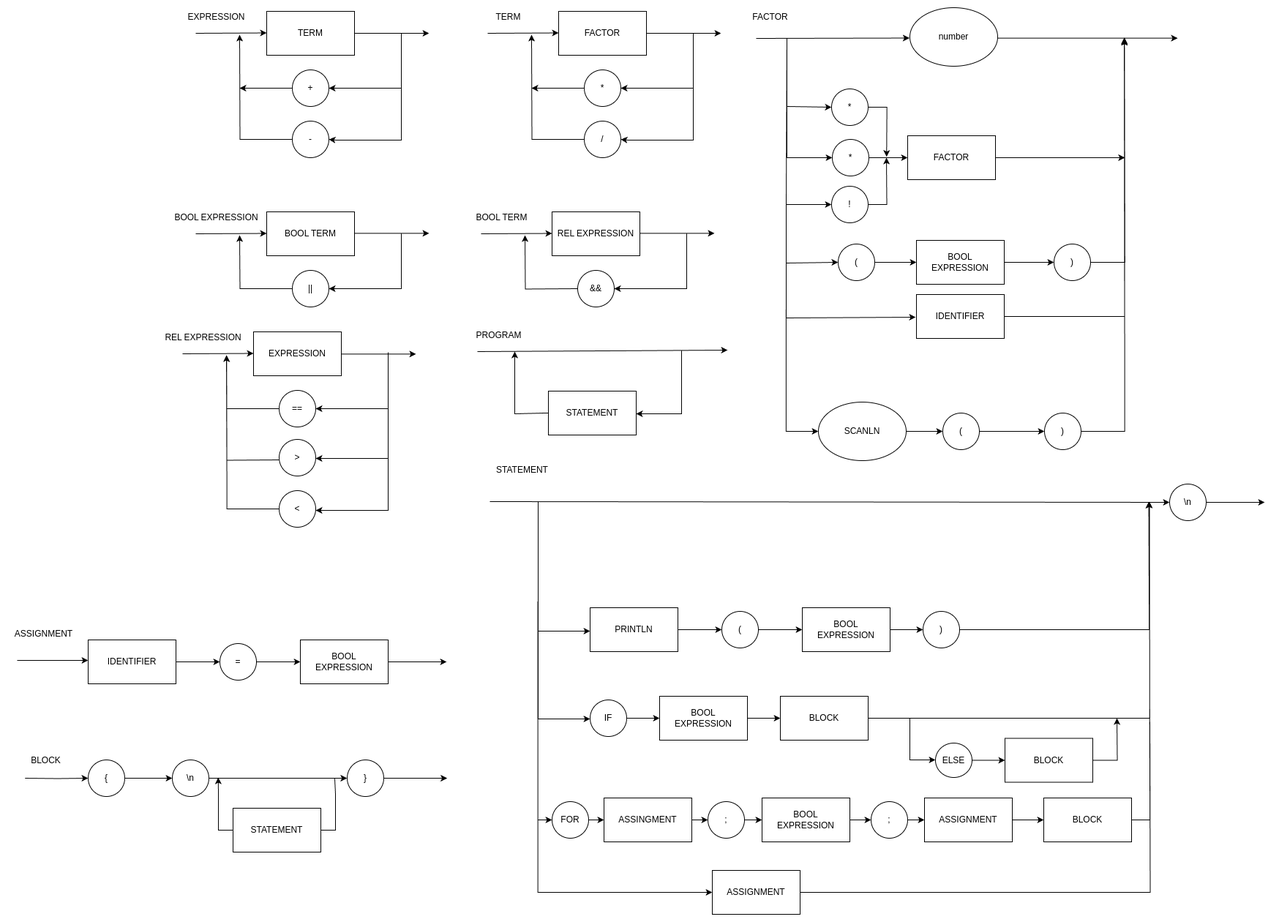
The draw.io diagram imgs/DSv2-2.png in pedroaltobelli23/Compilador, before a commit. Source tidied: cells renumbered, new cells last; positions are measured from the earlier drawing's top-left corner, leaving out a move shared by most shapes.
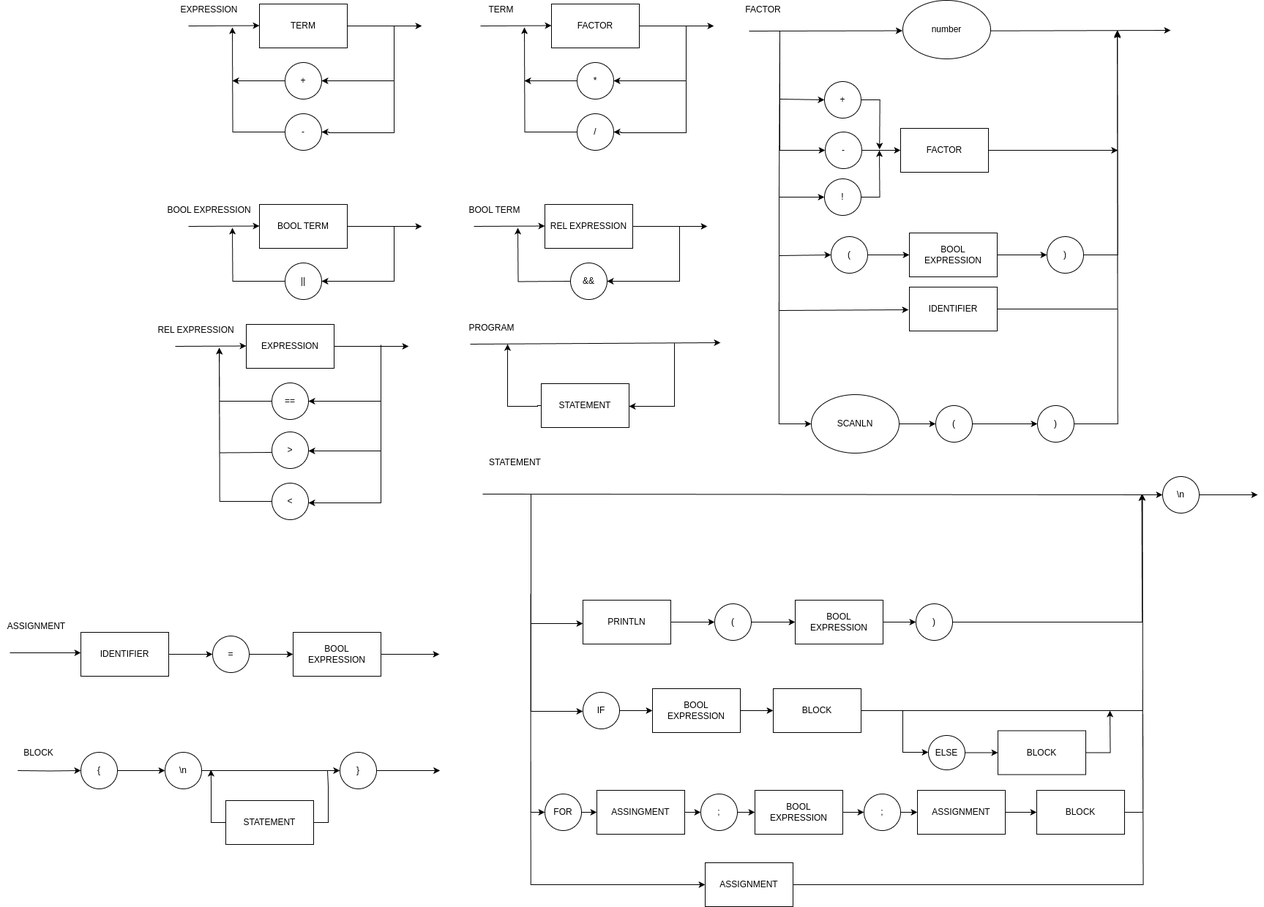
After the commit.

The edit, as a diff of the source:
```diff
@@ -124,7 +124,7 @@
     <mxCell id="25" style="edgeStyle=orthogonalEdgeStyle;rounded=0;jettySize=auto;html=1;" parent="1" edge="1" source="26" target="31">
       <mxGeometry relative="1" as="geometry" />
     </mxCell>
-    <mxCell id="26" value="*" style="ellipse;whiteSpace=wrap;html=1;" parent="1" vertex="1">
+    <mxCell id="26" value="-" style="ellipse;whiteSpace=wrap;html=1;" parent="1" vertex="1">
       <mxGeometry x="1127" y="180" width="50" height="50" as="geometry" />
     </mxCell>
     <mxCell id="27" style="edgeStyle=orthogonalEdgeStyle;rounded=0;jettySize=auto;html=1;" parent="1" edge="1" source="28">
@@ -413,7 +413,7 @@
         <mxPoint x="1201.2" y="203.7" as="targetPoint" />
       </mxGeometry>
     </mxCell>
-    <mxCell id="87" value="*" style="ellipse;whiteSpace=wrap;html=1;" parent="1" vertex="1">
+    <mxCell id="87" value="+" style="ellipse;whiteSpace=wrap;html=1;" parent="1" vertex="1">
       <mxGeometry x="1126" y="111" width="50" height="50" as="geometry" />
     </mxCell>
     <mxCell id="88" style="endArrow=classic;html=1;rounded=0;entryX=0;entryY=0.5;entryDx=0;entryDy=0;" parent="1" edge="1" target="39">
```
